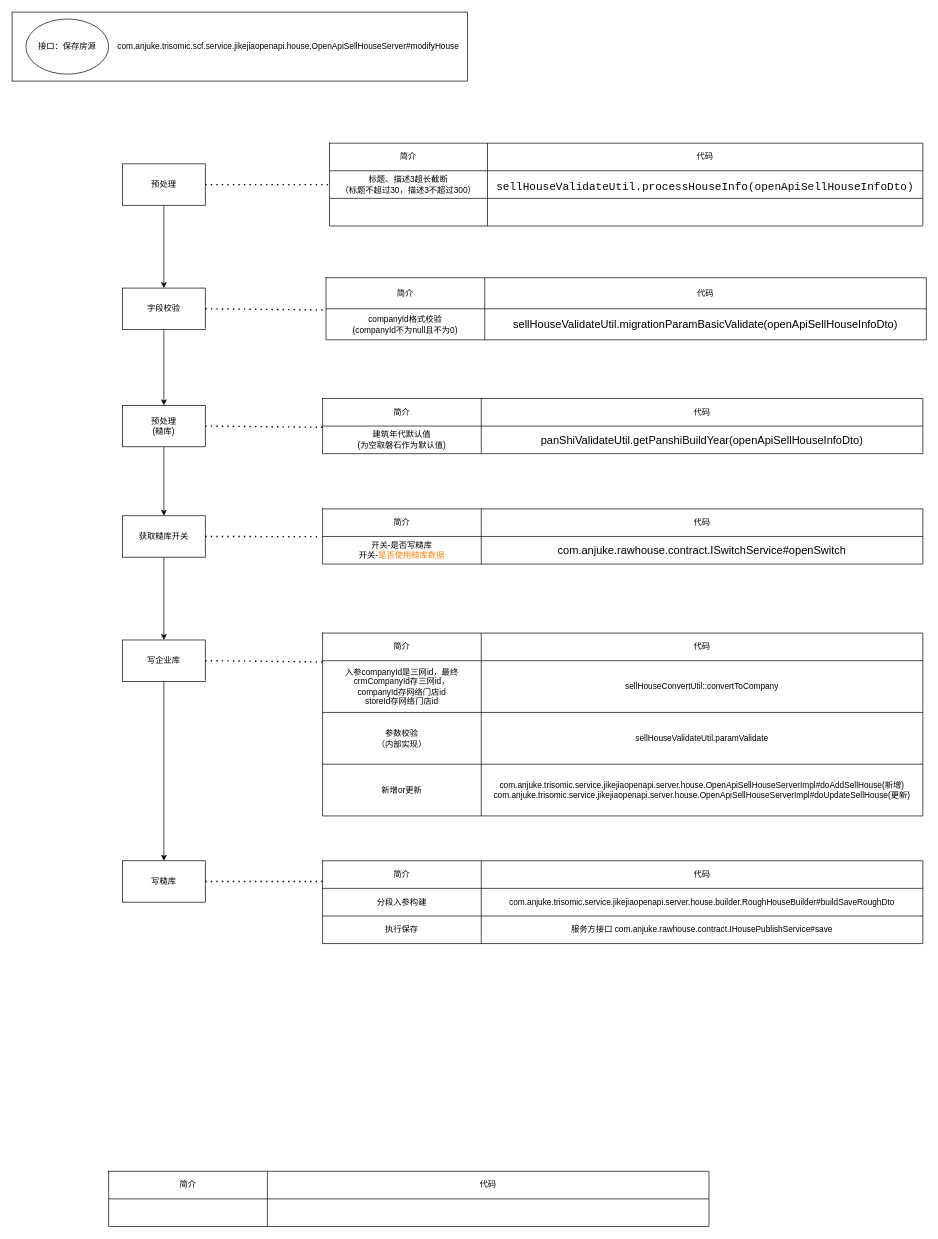
Before: page "jikejiaopenapi保存房源" (2 of 5) of sku数据同步.drawio in guyukou/drawio, a draw.io diagram. Source tidied: cells renumbered, new cells numbered last; positions are measured from the earlier drawing's top-left corner, leaving out a move shared by most shapes. Both pictures are drawn from the tidied source at 69%, with x=0, y=0 at pixel (12, 12).
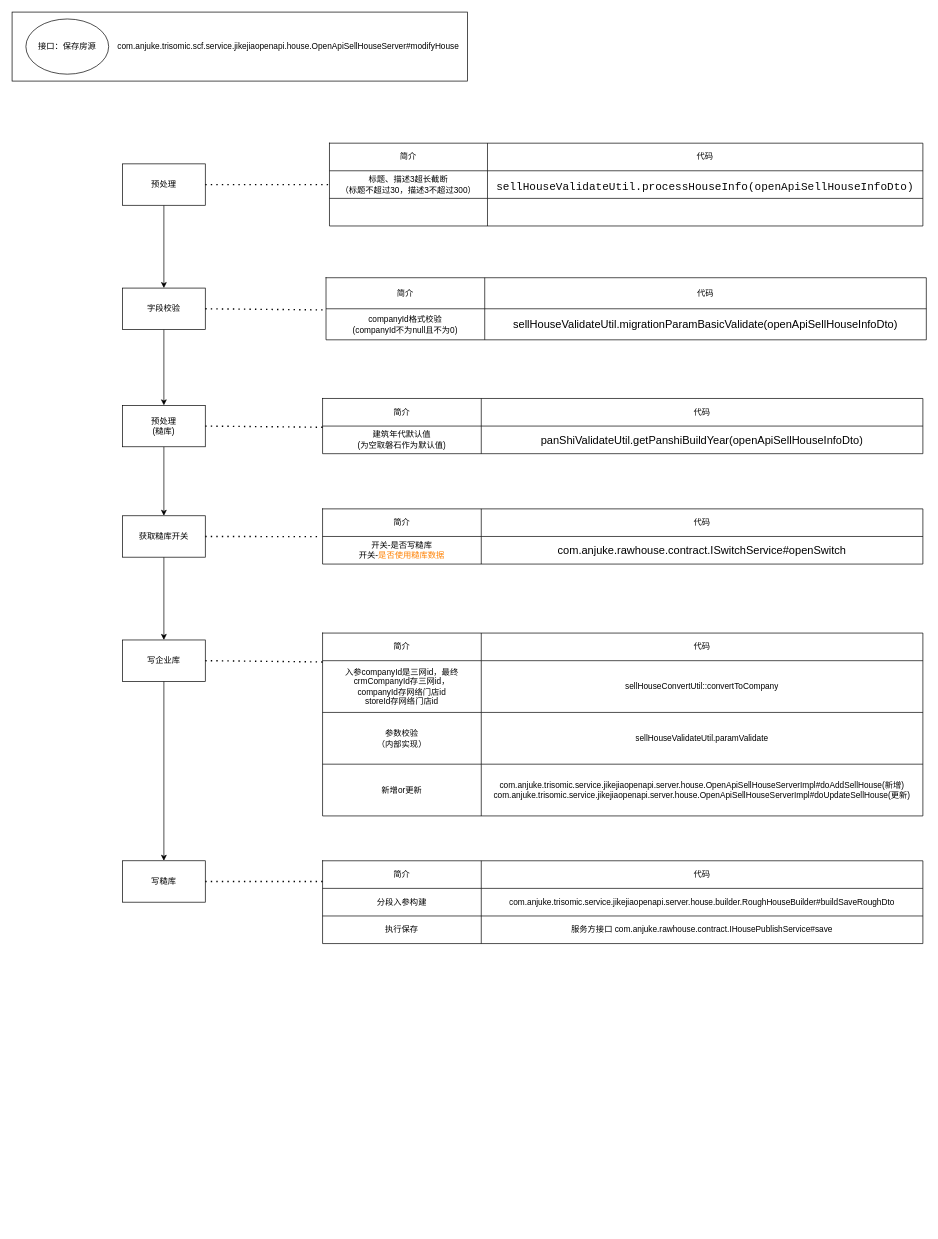
The same page after the edit.

What changed in the source:
```diff
@@
-    <mxCell id="27" style="shape=table;startSize=0;childLayout=tableLayout;fontSize=16;" parent="1" vertex="1">
-      <mxGeometry x="140" y="1680" width="870" height="80" as="geometry" />
-    </mxCell>
-    <mxCell id="28" style="shape=tableRow;horizontal=0;startSize=0;swimlaneHead=0;swimlaneBody=0;strokeColor=inherit;top=0;left=0;bottom=0;right=0;fillColor=none;" parent="27" vertex="1">
-      <mxGeometry width="870" height="40" as="geometry" />
-    </mxCell>
-    <mxCell id="29" value="简介" style="shape=partialRectangle;html=1;whiteSpace=wrap;strokeColor=inherit;overflow=hidden;fillColor=none;top=0;left=0;bottom=0;right=0;" parent="28" vertex="1">
-      <mxGeometry width="230" height="40" as="geometry" />
-    </mxCell>
-    <mxCell id="30" value="代码" style="shape=partialRectangle;html=1;whiteSpace=wrap;strokeColor=inherit;overflow=hidden;fillColor=none;top=0;left=0;bottom=0;right=0;" parent="28" vertex="1">
-      <mxGeometry x="230" width="640" height="40" as="geometry" />
-    </mxCell>
-    <mxCell id="31" style="shape=tableRow;horizontal=0;startSize=0;swimlaneHead=0;swimlaneBody=0;strokeColor=inherit;top=0;left=0;bottom=0;right=0;fillColor=none;" parent="27" vertex="1">
-      <mxGeometry y="40" width="870" height="40" as="geometry" />
-    </mxCell>
-    <mxCell id="32" style="shape=partialRectangle;html=1;whiteSpace=wrap;strokeColor=inherit;overflow=hidden;fillColor=none;top=0;left=0;bottom=0;right=0;" parent="31" vertex="1">
-      <mxGeometry width="230" height="40" as="geometry" />
-    </mxCell>
-    <mxCell id="33" style="shape=partialRectangle;html=1;whiteSpace=wrap;strokeColor=inherit;overflow=hidden;fillColor=none;top=0;left=0;bottom=0;right=0;" parent="31" vertex="1">
-      <mxGeometry x="230" width="640" height="40" as="geometry" />
-    </mxCell>
```
